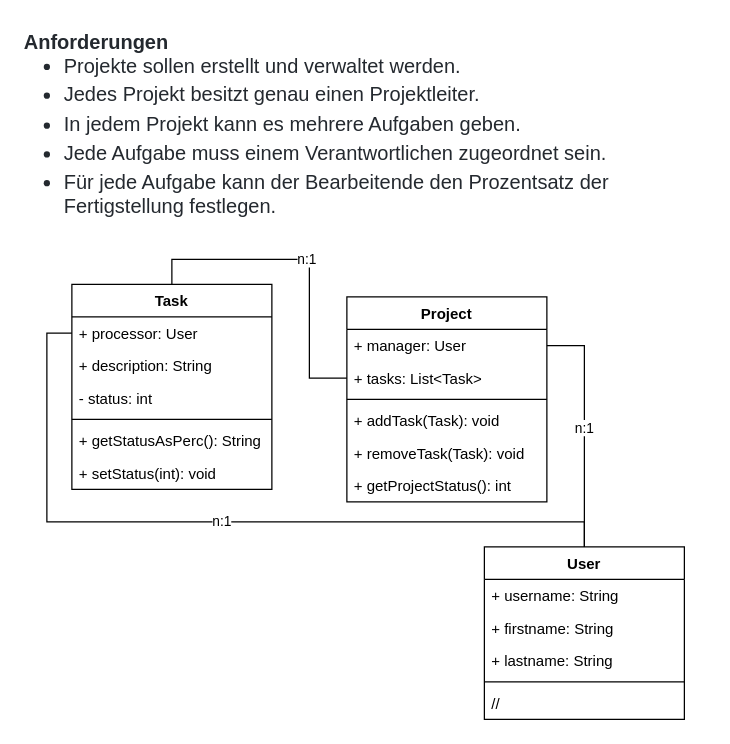
Earlier version of the draw.io diagram 20220302_projektmanagement/klassendiagramm-beispiel.drawio (wwi21ama-prog/prog2-inhalte). Source tidied: cells renumbered, new cells numbered last; positions are measured from the earlier drawing's top-left corner, leaving out a move shared by most shapes. Both pictures are drawn from the tidied source at 125%, with x=0, y=0 at pixel (21, 21).
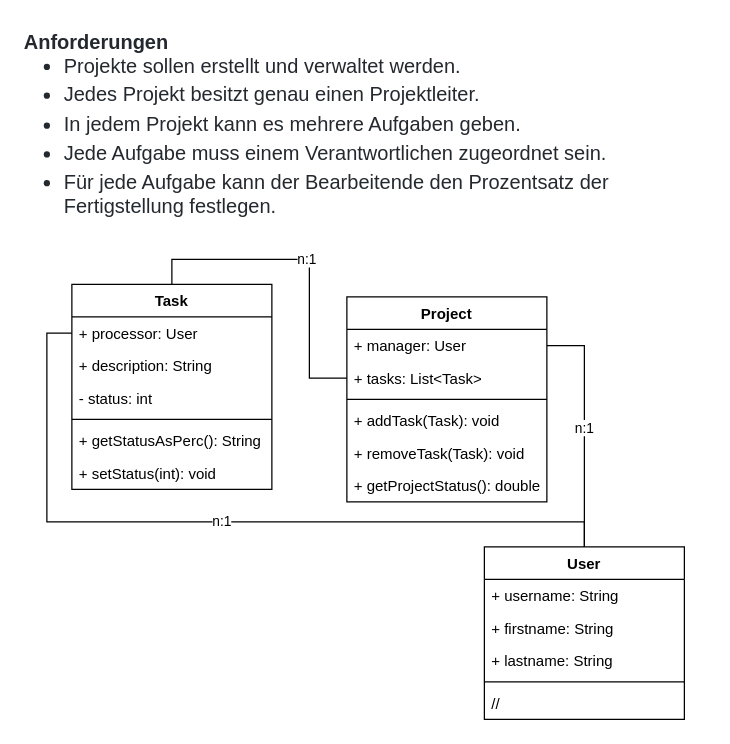
The same page after the edit.

Commit message (it also covers changes not shown here):
Aktualisertes Klassesndiagramm

The change refers to these unchanged cells:
```xml
<mxCell id="3" value="Project" style="swimlane;fontStyle=1;align=center;verticalAlign=top;horizontal=1;startSize=26;" parent="1" vertex="1">
  <mxGeometry x="260" y="220" width="160" height="164" as="geometry" />
</mxCell>
```

What changed in the source:
```diff
@@
-    <mxCell id="9" value="+ getProjectStatus(): int" style="text;strokeColor=none;fillColor=none;align=left;verticalAlign=top;spacingLeft=4;spacingRight=4;overflow=hidden;" parent="3" vertex="1">
+    <mxCell id="9" value="+ getProjectStatus(): double" style="text;strokeColor=none;fillColor=none;align=left;verticalAlign=top;spacingLeft=4;spacingRight=4;overflow=hidden;" parent="3" vertex="1">
       <mxGeometry y="138" width="160" height="26" as="geometry" />
     </mxCell>
```
